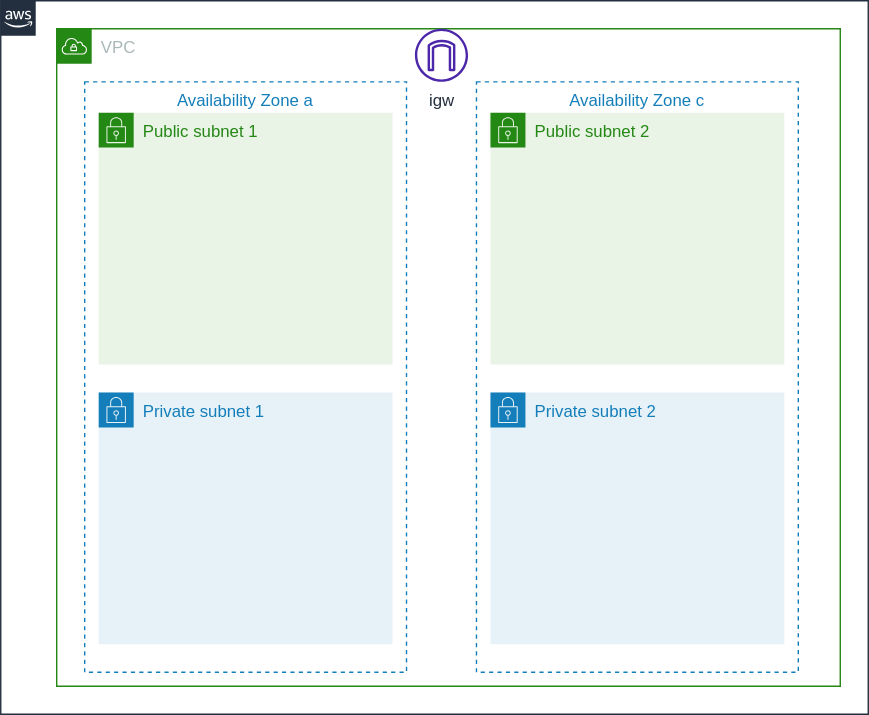
This is aws-batch/img/architecture.drawio.svg from bioerrorlog/terraform-examples, a draw.io export, as it was before one commit. Source tidied: cells renumbered, new cells last; positions are measured from the earlier drawing's top-left corner, leaving out a move shared by most shapes.
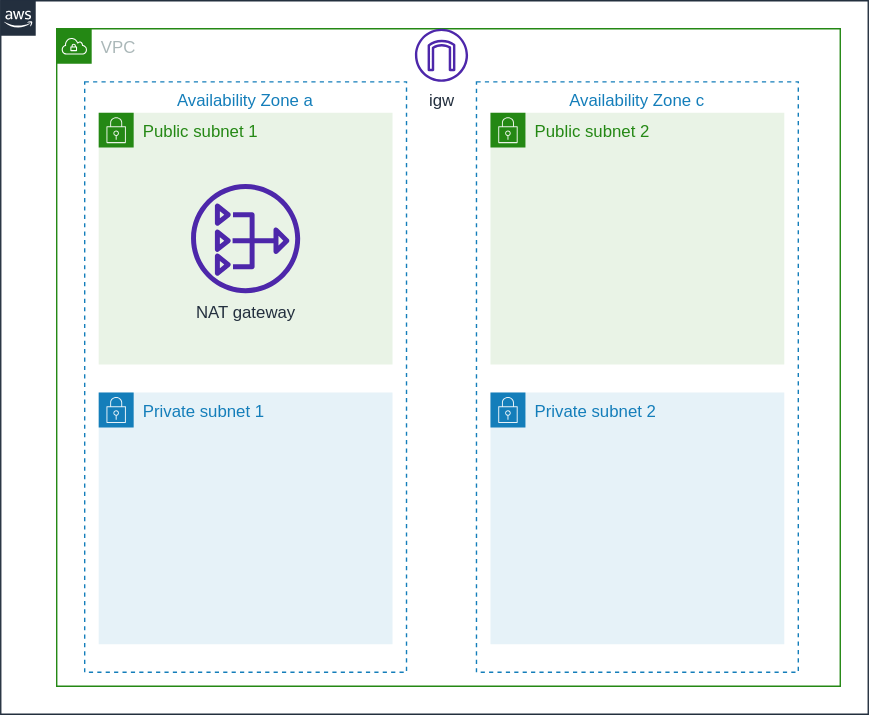
The same diagram one commit later.

Commit message:
add nat gateway in architecture diagram

What changed in the source:
```diff
@@ -29,5 +29,8 @@
     <mxCell id="10" value="igw" style="sketch=0;fontColor=#232F3E;gradientColor=none;fillColor=#4D27AA;strokeColor=none;dashed=0;verticalLabelPosition=bottom;verticalAlign=top;align=center;html=1;fontSize=12;fontStyle=0;shape=mxgraph.aws4.internet_gateway;" parent="3" vertex="1">
       <mxGeometry x="256" width="38" height="38" as="geometry" />
     </mxCell>
+    <mxCell id="11" value="NAT gateway" style="sketch=0;fontColor=#232F3E;gradientColor=none;fillColor=#4D27AA;strokeColor=none;dashed=0;verticalLabelPosition=bottom;verticalAlign=top;align=center;html=1;fontSize=12;fontStyle=0;shape=mxgraph.aws4.nat_gateway;" parent="3" vertex="1">
+      <mxGeometry x="96" y="111" width="78" height="78" as="geometry" />
+    </mxCell>
   </root>
 </mxGraphModel>
```
